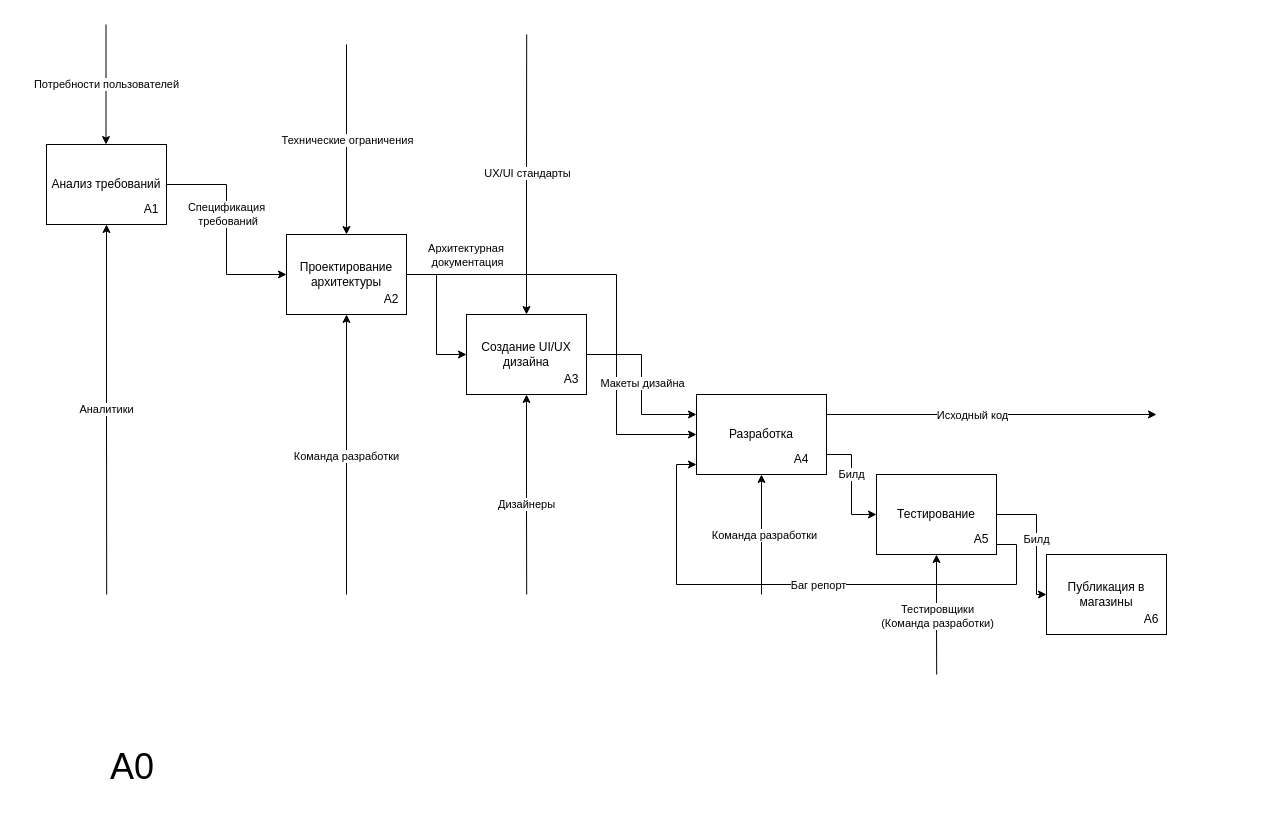
Before: page "Диаграмма декомпозиции" (2 of 2) of Диаграмма без названия.drawio in LEOVBOX/idef0_mobile_app, a draw.io diagram. Source tidied: cells renumbered, new cells numbered last; positions are measured from the earlier drawing's top-left corner, leaving out a move shared by most shapes. Both pictures are drawn from the tidied source at 100%, with x=0, y=0 at pixel (17, 24).
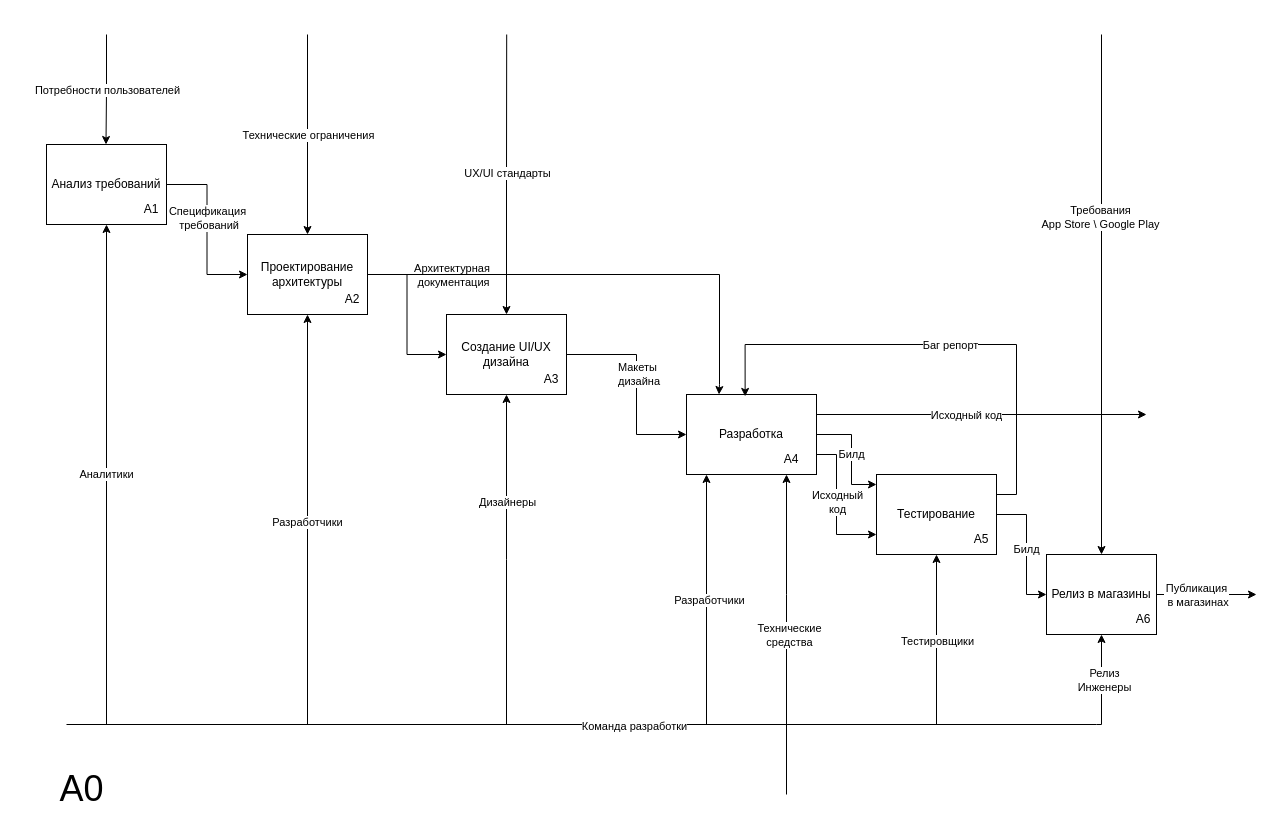
Above is the later version.

Unchanged cells that the change refers to:
```xml
<mxCell id="3" style="group;verticalAlign=top;" parent="1" vertex="1">
  <mxGeometry x="29" y="120" width="120" height="80" as="geometry" />
</mxCell>
<mxCell id="5" value="Анализ требований" style="rounded=0;whiteSpace=wrap;html=1;fillColor=none;" parent="3" vertex="1">
  <mxGeometry width="120" height="80" as="geometry" />
</mxCell>
<mxCell id="9" value="Проектирование архитектуры" style="rounded=0;whiteSpace=wrap;html=1;fillColor=none;" parent="7" vertex="1">
  <mxGeometry width="120" height="80" as="geometry" />
</mxCell>
<mxCell id="16" value="Создание UI/UX дизайна" style="rounded=0;whiteSpace=wrap;html=1;fillColor=none;" parent="11" vertex="1">
  <mxGeometry width="120" height="80" as="geometry" />
</mxCell>
<mxCell id="19" style="edgeStyle=orthogonalEdgeStyle;rounded=0;jettySize=auto;html=1;exitX=1;exitY=0.25;exitDx=0;exitDy=0;" parent="18" edge="1" source="23">
  <mxGeometry relative="1" as="geometry">
    <mxPoint x="460" y="20" as="targetPoint" />
  </mxGeometry>
</mxCell>
<mxCell id="23" value="Разработка" style="rounded=0;whiteSpace=wrap;html=1;fillColor=none;" parent="18" vertex="1">
  <mxGeometry width="130" height="80" as="geometry" />
</mxCell>
<mxCell id="26" style="group;" parent="25" vertex="1">
  <mxGeometry width="120" height="80" as="geometry" />
</mxCell>
<mxCell id="29" value="Тестирование" style="rounded=0;whiteSpace=wrap;html=1;fillColor=none;" parent="26" vertex="1">
  <mxGeometry width="120" height="80" as="geometry" />
</mxCell>
```

The edit, as a diff of the source:
```diff
@@
     <mxCell id="2" value="&lt;font style=&quot;font-size: 36px;&quot;&gt;A0&lt;/font&gt;" style="text;html=1;whiteSpace=wrap;strokeColor=none;fillColor=none;align=center;verticalAlign=middle;rounded=0;" parent="1" vertex="1">
-      <mxGeometry y="687" width="230" height="110" as="geometry" />
+      <mxGeometry y="730" width="129" height="67" as="geometry" />
     </mxCell>
@@
     <mxCell id="4" value="Аналитики" style="edgeStyle=orthogonalEdgeStyle;rounded=0;jettySize=auto;html=1;exitX=0.5;exitY=1;exitDx=0;exitDy=0;endArrow=none;endFill=0;startArrow=classic;startFill=1;" parent="3" edge="1" source="5">
       <mxGeometry relative="1" as="geometry">
-        <mxPoint x="60.2" y="450" as="targetPoint" />
+        <mxPoint x="60" y="580" as="targetPoint" />
       </mxGeometry>
     </mxCell>
@@
     <mxCell id="7" style="group;" parent="1" vertex="1">
-      <mxGeometry x="269" y="210" width="120" height="80" as="geometry" />
+      <mxGeometry x="230" y="210" width="120" height="80" as="geometry" />
     </mxCell>
     <mxCell id="8" value="Технические ограничения" style="edgeStyle=orthogonalEdgeStyle;rounded=0;jettySize=auto;html=1;exitX=0.5;exitY=0;exitDx=0;exitDy=0;startArrow=classic;startFill=1;endArrow=none;endFill=0;" parent="7" edge="1" source="9">
       <mxGeometry relative="1" as="geometry">
-        <mxPoint x="60" y="-190" as="targetPoint" />
+        <mxPoint x="60" y="-200" as="targetPoint" />
       </mxGeometry>
     </mxCell>
@@
     <mxCell id="11" style="group;" parent="1" vertex="1">
-      <mxGeometry x="449" y="290" width="120" height="80" as="geometry" />
+      <mxGeometry x="429" y="290" width="120" height="80" as="geometry" />
     </mxCell>
     <mxCell id="12" style="edgeStyle=orthogonalEdgeStyle;rounded=0;jettySize=auto;html=1;exitX=0.5;exitY=1;exitDx=0;exitDy=0;endArrow=none;endFill=0;startArrow=classic;startFill=1;" parent="11" edge="1" source="16">
       <mxGeometry relative="1" as="geometry">
-        <mxPoint x="60.2" y="280" as="targetPoint" />
+        <mxPoint x="60" y="410" as="targetPoint" />
       </mxGeometry>
     </mxCell>
     <mxCell id="13" value="Дизайнеры" style="edgeLabel;html=1;align=center;verticalAlign=middle;" parent="12" vertex="1">
-      <mxGeometry x="0.1" y="-1" relative="1" as="geometry" />
+      <mxGeometry x="0.1" y="-1" relative="1" as="geometry">
+        <mxPoint x="1" y="-74" as="offset" />
+      </mxGeometry>
     </mxCell>
@@
     <mxCell id="18" style="group;" parent="1" vertex="1">
-      <mxGeometry x="679" y="370" width="130" height="80" as="geometry" />
+      <mxGeometry x="669" y="370" width="130" height="80" as="geometry" />
     </mxCell>
@@
     <mxCell id="20" value="Исходный код" style="edgeLabel;html=1;align=center;verticalAlign=middle;" parent="19" vertex="1">
-      <mxGeometry x="-0.12" relative="1" as="geometry" />
+      <mxGeometry x="-0.12" relative="1" as="geometry">
+        <mxPoint x="4" as="offset" />
+      </mxGeometry>
     </mxCell>
-    <mxCell id="21" style="edgeStyle=orthogonalEdgeStyle;rounded=0;jettySize=auto;html=1;exitX=0.5;exitY=1;exitDx=0;exitDy=0;endArrow=none;endFill=0;startArrow=classic;startFill=1;" parent="18" edge="1" source="23">
-      <mxGeometry relative="1" as="geometry">
-        <mxPoint x="65" y="200" as="targetPoint" />
-        <Array as="points">
-          <mxPoint x="65" y="200" />
-        </Array>
-      </mxGeometry>
-    </mxCell>
-    <mxCell id="22" value="Команда разработки" style="edgeLabel;html=1;align=center;verticalAlign=middle;" parent="21" vertex="1">
-      <mxGeometry y="2" relative="1" as="geometry" />
-    </mxCell>
@@
     <mxCell id="27" style="edgeStyle=orthogonalEdgeStyle;rounded=0;jettySize=auto;html=1;exitX=0.5;exitY=1;exitDx=0;exitDy=0;startArrow=classic;startFill=1;endArrow=none;endFill=0;" parent="26" edge="1" source="29">
       <mxGeometry relative="1" as="geometry">
-        <mxPoint x="60.2" y="200" as="targetPoint" />
+        <mxPoint x="60" y="250" as="targetPoint" />
       </mxGeometry>
     </mxCell>
-    <mxCell id="28" value="Тестировщики&lt;div&gt;(Команда разработки)&lt;/div&gt;" style="edgeLabel;html=1;align=center;verticalAlign=middle;" parent="27" vertex="1">
+    <mxCell id="28" value="Тестировщики" style="edgeLabel;html=1;align=center;verticalAlign=middle;" parent="27" vertex="1">
       <mxGeometry x="0.02" relative="1" as="geometry" />
     </mxCell>
@@
     <mxCell id="31" style="group;" parent="1" vertex="1">
-      <mxGeometry x="1029" y="530" width="120" height="80" as="geometry" />
+      <mxGeometry x="1029" y="530" width="110" height="80" as="geometry" />
     </mxCell>
+    <mxCell id="47" style="edgeStyle=orthogonalEdgeStyle;rounded=0;jettySize=auto;html=1;exitX=1;exitY=0.5;exitDx=0;exitDy=0;" parent="31" edge="1" source="32">
+      <mxGeometry relative="1" as="geometry">
+        <mxPoint x="210" y="40" as="targetPoint" />
+      </mxGeometry>
+    </mxCell>
+    <mxCell id="48" value="Публикация&lt;div&gt;&amp;nbsp;в магазинах&lt;/div&gt;" style="edgeLabel;html=1;align=center;verticalAlign=middle;" parent="47" vertex="1">
+      <mxGeometry x="0.2" y="3" relative="1" as="geometry">
+        <mxPoint x="-20" y="3" as="offset" />
+      </mxGeometry>
+    </mxCell>
+    <mxCell id="49" style="edgeStyle=orthogonalEdgeStyle;rounded=0;jettySize=auto;html=1;exitX=0.5;exitY=0;exitDx=0;exitDy=0;endArrow=none;endFill=0;startArrow=classic;startFill=1;labelBackgroundColor=none;" parent="31" edge="1" source="32">
+      <mxGeometry relative="1" as="geometry">
+        <mxPoint x="55" y="-520" as="targetPoint" />
+      </mxGeometry>
+    </mxCell>
+    <mxCell id="50" value="Требования&lt;div&gt;App Store \ Google Play&lt;/div&gt;" style="edgeLabel;html=1;align=center;verticalAlign=middle;" parent="49" vertex="1">
+      <mxGeometry x="0.3" y="2" relative="1" as="geometry" />
+    </mxCell>
-    <mxCell id="32" value="Публикация в магазины" style="rounded=0;whiteSpace=wrap;html=1;fillColor=none;" parent="31" vertex="1">
-      <mxGeometry width="120" height="80" as="geometry" />
+    <mxCell id="32" value="Релиз в магазины" style="rounded=0;whiteSpace=wrap;html=1;fillColor=none;" parent="31" vertex="1">
+      <mxGeometry width="110" height="80" as="geometry" />
     </mxCell>
     <mxCell id="33" value="A6" style="text;html=1;whiteSpace=wrap;strokeColor=none;fillColor=none;align=center;verticalAlign=middle;rounded=0;" parent="31" vertex="1">
-      <mxGeometry x="90" y="50" width="30" height="30" as="geometry" />
+      <mxGeometry x="82.5" y="50" width="27.5" height="30" as="geometry" />
     </mxCell>
@@
     <mxCell id="35" value="Потребности пользователей" style="edgeStyle=orthogonalEdgeStyle;rounded=0;orthogonalLoop=1;jettySize=auto;html=1;exitX=0.5;exitY=0;exitDx=0;exitDy=0;startArrow=classic;startFill=1;endArrow=none;endFill=0;" parent="1" edge="1">
       <mxGeometry relative="1" as="geometry">
         <mxPoint x="88.5" y="120" as="sourcePoint" />
-        <mxPoint x="88.5" as="targetPoint" />
+        <mxPoint x="89" y="10" as="targetPoint" />
       </mxGeometry>
     </mxCell>
     <mxCell id="36" style="endArrow=classic;html=1;rounded=0;entryX=0.5;entryY=1;entryDx=0;entryDy=0;" parent="1" edge="1" target="9">
       <mxGeometry relative="1" as="geometry">
-        <mxPoint x="329" y="570" as="sourcePoint" />
+        <mxPoint x="290" y="700" as="sourcePoint" />
       </mxGeometry>
     </mxCell>
-    <mxCell id="37" value="Команда разработки" style="edgeLabel;html=1;align=center;verticalAlign=middle;" parent="36" vertex="1">
+    <mxCell id="37" value="Разработчики" style="edgeLabel;html=1;align=center;verticalAlign=middle;" parent="36" vertex="1">
       <mxGeometry x="-0.01" y="1" relative="1" as="geometry" />
     </mxCell>
-    <mxCell id="38" style="edgeStyle=orthogonalEdgeStyle;rounded=0;jettySize=auto;html=1;exitX=1;exitY=0.5;exitDx=0;exitDy=0;entryX=0;entryY=0.5;entryDx=0;entryDy=0;" parent="1" edge="1" source="9" target="23">
+    <mxCell id="38" style="edgeStyle=orthogonalEdgeStyle;rounded=0;jettySize=auto;html=1;exitX=1;exitY=0.5;exitDx=0;exitDy=0;entryX=0.25;entryY=0;entryDx=0;entryDy=0;" parent="1" edge="1" source="9" target="23">
       <mxGeometry relative="1" as="geometry">
         <Array as="points">
-          <mxPoint x="599" y="250" />
-          <mxPoint x="599" y="410" />
+          <mxPoint x="702" y="250" />
+          <mxPoint x="702" y="360" />
+          <mxPoint x="702" y="360" />
         </Array>
       </mxGeometry>
     </mxCell>
     <mxCell id="39" value="&lt;span&gt;Архитектурная&amp;nbsp;&lt;/span&gt;&lt;div&gt;&lt;span&gt;документация&lt;/span&gt;&lt;/div&gt;" style="edgeLabel;html=1;align=center;verticalAlign=middle;rotation=0;labelBackgroundColor=none;" parent="38" vertex="1">
       <mxGeometry y="1" relative="1" as="geometry">
-        <mxPoint x="-151" y="-35" as="offset" />
+        <mxPoint x="-151" y="1" as="offset" />
       </mxGeometry>
     </mxCell>
@@
-    <mxCell id="41" style="edgeStyle=orthogonalEdgeStyle;rounded=0;jettySize=auto;html=1;exitX=1;exitY=0.5;exitDx=0;exitDy=0;entryX=0;entryY=0.25;entryDx=0;entryDy=0;" parent="1" edge="1" source="16" target="23">
-      <mxGeometry relative="1" as="geometry" />
+    <mxCell id="41" style="edgeStyle=orthogonalEdgeStyle;rounded=0;jettySize=auto;html=1;exitX=1;exitY=0.5;exitDx=0;exitDy=0;" parent="1" edge="1" source="16">
+      <mxGeometry relative="1" as="geometry">
+        <mxPoint x="669" y="410" as="targetPoint" />
+        <Array as="points">
+          <mxPoint x="619" y="330" />
+          <mxPoint x="619" y="410" />
+          <mxPoint x="669" y="410" />
+        </Array>
+      </mxGeometry>
     </mxCell>
-    <mxCell id="42" value="Макеты дизайна" style="edgeLabel;html=1;align=center;verticalAlign=middle;" parent="41" vertex="1">
-      <mxGeometry x="-0.02" relative="1" as="geometry" />
+    <mxCell id="42" value="Макеты&lt;div&gt;&amp;nbsp;дизайна&lt;/div&gt;" style="edgeLabel;html=1;align=center;verticalAlign=middle;" parent="41" vertex="1">
+      <mxGeometry x="-0.02" relative="1" as="geometry">
+        <mxPoint y="-9" as="offset" />
+      </mxGeometry>
     </mxCell>
-    <mxCell id="43" value="Билд" style="edgeStyle=orthogonalEdgeStyle;rounded=0;jettySize=auto;html=1;exitX=1;exitY=0.5;exitDx=0;exitDy=0;entryX=0;entryY=0.5;entryDx=0;entryDy=0;" parent="1" edge="1" source="23" target="29">
+    <mxCell id="43" value="Билд" style="edgeStyle=orthogonalEdgeStyle;rounded=0;jettySize=auto;html=1;exitX=1;exitY=0.5;exitDx=0;exitDy=0;" parent="1" edge="1" source="23">
       <mxGeometry relative="1" as="geometry">
+        <mxPoint x="859" y="460" as="targetPoint" />
         <Array as="points">
-          <mxPoint x="809" y="430" />
-          <mxPoint x="834" y="430" />
-          <mxPoint x="834" y="490" />
+          <mxPoint x="834" y="410" />
+          <mxPoint x="834" y="460" />
+          <mxPoint x="859" y="460" />
         </Array>
       </mxGeometry>
     </mxCell>
-    <mxCell id="44" value="Билд" style="edgeStyle=orthogonalEdgeStyle;rounded=0;jettySize=auto;html=1;exitX=1;exitY=0.5;exitDx=0;exitDy=0;entryX=0;entryY=0.5;entryDx=0;entryDy=0;" parent="1" edge="1" source="29" target="32">
+    <mxCell id="44" value="Билд" style="edgeStyle=orthogonalEdgeStyle;rounded=0;jettySize=auto;html=1;entryX=0;entryY=0.5;entryDx=0;entryDy=0;exitX=1;exitY=0.5;exitDx=0;exitDy=0;" parent="1" edge="1" source="29" target="32">
       <mxGeometry relative="1" as="geometry">
         <Array as="points">
-          <mxPoint x="1019" y="490" />
-          <mxPoint x="1019" y="570" />
+          <mxPoint x="1009" y="490" />
+          <mxPoint x="1009" y="570" />
         </Array>
       </mxGeometry>
     </mxCell>
-    <mxCell id="45" style="edgeStyle=orthogonalEdgeStyle;rounded=0;jettySize=auto;html=1;entryX=0;entryY=0.875;entryDx=0;entryDy=0;entryPerimeter=0;" parent="1" edge="1" target="23">
+    <mxCell id="45" style="edgeStyle=orthogonalEdgeStyle;rounded=0;jettySize=auto;html=1;entryX=0.451;entryY=0.024;entryDx=0;entryDy=0;exitX=1;exitY=0.25;exitDx=0;exitDy=0;entryPerimeter=0;" parent="1" edge="1" source="29" target="23">
       <mxGeometry relative="1" as="geometry">
-        <mxPoint x="979" y="520" as="sourcePoint" />
         <Array as="points">
-          <mxPoint x="979" y="520" />
-          <mxPoint x="999" y="520" />
-          <mxPoint x="999" y="560" />
-          <mxPoint x="659" y="560" />
-          <mxPoint x="659" y="440" />
+          <mxPoint x="999" y="470" />
+          <mxPoint x="999" y="320" />
+          <mxPoint x="728" y="320" />
         </Array>
       </mxGeometry>
     </mxCell>
@@
+    <mxCell id="51" style="edgeStyle=orthogonalEdgeStyle;rounded=0;jettySize=auto;html=1;exitX=1;exitY=0.75;exitDx=0;exitDy=0;entryX=0;entryY=0.75;entryDx=0;entryDy=0;" parent="1" edge="1" source="23" target="29">
+      <mxGeometry relative="1" as="geometry">
+        <Array as="points">
+          <mxPoint x="819" y="430" />
+          <mxPoint x="819" y="510" />
+        </Array>
+      </mxGeometry>
+    </mxCell>
+    <mxCell id="52" value="Исходный&lt;div&gt;код&lt;/div&gt;" style="edgeLabel;html=1;align=center;verticalAlign=middle;" parent="51" vertex="1">
+      <mxGeometry x="-0.04" relative="1" as="geometry" />
+    </mxCell>
+    <mxCell id="21" style="edgeStyle=orthogonalEdgeStyle;rounded=0;orthogonalLoop=1;jettySize=auto;html=1;exitX=0.5;exitY=1;exitDx=0;exitDy=0;endArrow=none;endFill=0;startArrow=classic;startFill=1;" parent="1" edge="1">
+      <mxGeometry relative="1" as="geometry">
+        <mxPoint x="689" y="450" as="sourcePoint" />
+        <mxPoint x="689" y="700" as="targetPoint" />
+        <Array as="points">
+          <mxPoint x="689" y="570" />
+        </Array>
+      </mxGeometry>
+    </mxCell>
+    <mxCell id="22" value="Разработчики" style="edgeLabel;html=1;align=center;verticalAlign=middle;" parent="21" vertex="1">
+      <mxGeometry y="2" relative="1" as="geometry" />
+    </mxCell>
+    <mxCell id="53" style="edgeStyle=orthogonalEdgeStyle;rounded=0;orthogonalLoop=1;jettySize=auto;html=1;exitX=0.5;exitY=1;exitDx=0;exitDy=0;endArrow=none;endFill=0;startArrow=classic;startFill=1;" parent="1" edge="1">
+      <mxGeometry relative="1" as="geometry">
+        <mxPoint x="769" y="450" as="sourcePoint" />
+        <mxPoint x="769" y="770" as="targetPoint" />
+        <Array as="points">
+          <mxPoint x="769" y="570" />
+        </Array>
+      </mxGeometry>
+    </mxCell>
+    <mxCell id="54" value="Технические&lt;div&gt;средства&lt;/div&gt;" style="edgeLabel;html=1;align=center;verticalAlign=middle;" parent="53" vertex="1">
+      <mxGeometry y="2" relative="1" as="geometry" />
+    </mxCell>
+    <mxCell id="55" style="endArrow=none;html=1;rounded=0;" parent="1" edge="1">
+      <mxGeometry relative="1" as="geometry">
+        <mxPoint x="49" y="700" as="sourcePoint" />
+        <mxPoint x="1079" y="700" as="targetPoint" />
+      </mxGeometry>
+    </mxCell>
+    <mxCell id="56" value="Команда разработки" style="edgeLabel;html=1;align=center;verticalAlign=middle;" parent="55" vertex="1">
+      <mxGeometry x="0.1" y="-1" relative="1" as="geometry" />
+    </mxCell>
+    <mxCell id="57" style="edgeStyle=orthogonalEdgeStyle;rounded=0;jettySize=auto;html=1;startArrow=classic;startFill=1;endArrow=none;endFill=0;exitX=0.5;exitY=1;exitDx=0;exitDy=0;" parent="1" edge="1" source="32">
+      <mxGeometry relative="1" as="geometry">
+        <mxPoint x="1079" y="700" as="targetPoint" />
+        <Array as="points">
+          <mxPoint x="1084" y="700" />
+        </Array>
+      </mxGeometry>
+    </mxCell>
+    <mxCell id="58" value="Релиз&lt;div&gt;Инженеры&lt;/div&gt;" style="edgeLabel;html=1;align=center;verticalAlign=middle;" parent="57" vertex="1">
+      <mxGeometry x="-0.05" y="2" relative="1" as="geometry" />
+    </mxCell>
```
